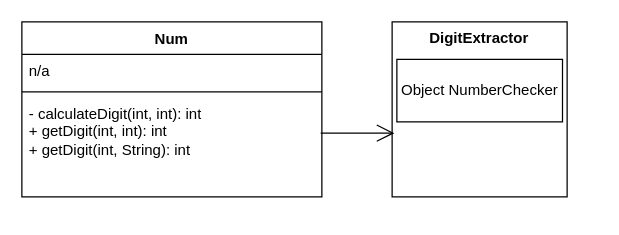
Before: chapter7/src/UML/Num UML.drawio in schAssign/CS20P2F2024, a draw.io diagram. Source tidied: cells renumbered, new cells numbered last; positions are measured from the earlier drawing's top-left corner, leaving out a move shared by most shapes. Both pictures are drawn from the tidied source at 125%, with x=0, y=0 at pixel (21, 21).
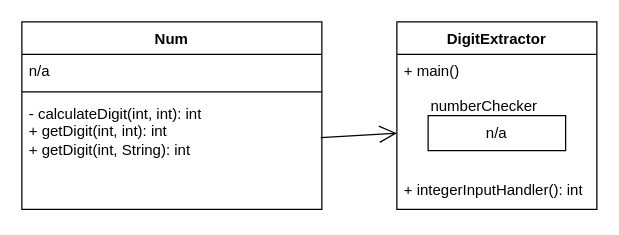
The same page after the edit.

Change to the diagram source:
```diff
@@
 <mxGraphModel>
   <root>
     <mxCell id="0" />
     <mxCell id="1" parent="0" />
     <mxCell id="2" value="Num" style="swimlane;fontStyle=1;align=center;verticalAlign=top;horizontal=1;startSize=26;whiteSpace=wrap;html=1;" parent="1" vertex="1">
-      <mxGeometry width="240" height="140" as="geometry" />
+      <mxGeometry width="240" height="150" as="geometry" />
     </mxCell>
     <mxCell id="3" value="n/a" style="text;strokeColor=none;fillColor=none;align=left;verticalAlign=top;spacingLeft=4;spacingRight=4;overflow=hidden;whiteSpace=wrap;html=1;" parent="2" vertex="1">
       <mxGeometry y="26" width="240" height="26" as="geometry" />
     </mxCell>
     <mxCell id="4" style="line;strokeWidth=1;fillColor=none;align=left;verticalAlign=middle;spacingTop=-1;spacingLeft=3;spacingRight=3;labelPosition=right;strokeColor=inherit;" parent="2" vertex="1">
       <mxGeometry y="52" width="240" height="8" as="geometry" />
     </mxCell>
     <mxCell id="5" value="&lt;div&gt;- calculateDigit(int, int): int&lt;/div&gt;&lt;div&gt;+ getDigit(int, int): int&lt;/div&gt;&lt;div&gt;+ getDigit(int, String): int&lt;br&gt;&lt;/div&gt;" style="text;strokeColor=none;fillColor=none;align=left;verticalAlign=top;spacingLeft=4;spacingRight=4;overflow=hidden;points=[[0,0.5],[1,0.5]];portConstraint=eastwest;whiteSpace=wrap;html=1;" parent="2" vertex="1">
-      <mxGeometry y="60" width="240" height="80" as="geometry" />
+      <mxGeometry y="60" width="240" height="90" as="geometry" />
     </mxCell>
+    <mxCell id="8" style="endArrow=open;endFill=1;endSize=12;html=1;rounded=0;exitX=0.996;exitY=0.363;exitDx=0;exitDy=0;exitPerimeter=0;entryX=0;entryY=0.671;entryDx=0;entryDy=0;entryPerimeter=0;" parent="1" edge="1" source="5" target="9">
+      <mxGeometry relative="1" as="geometry" />
+    </mxCell>
-    <mxCell id="6" value="&lt;div&gt;&lt;b&gt;DigitExtractor&lt;/b&gt;&lt;/div&gt;&lt;div&gt;&lt;b&gt;&lt;br&gt;&lt;/b&gt;&lt;/div&gt;&lt;div&gt;&lt;b&gt;&lt;br&gt;&lt;/b&gt;&lt;/div&gt;&lt;div&gt;&lt;b&gt;&lt;br&gt;&lt;/b&gt;&lt;/div&gt;&lt;div&gt;&lt;b&gt;&lt;br&gt;&lt;/b&gt;&lt;/div&gt;&lt;div&gt;&lt;b&gt;&lt;br&gt;&lt;/b&gt;&lt;/div&gt;&lt;div&gt;&lt;b&gt;&lt;br&gt;&lt;/b&gt;&lt;/div&gt;&lt;div&gt;&lt;b&gt;&lt;br&gt;&lt;/b&gt;&lt;/div&gt;&lt;div&gt;&lt;b&gt;&lt;br&gt;&lt;/b&gt;&lt;/div&gt;" style="html=1;whiteSpace=wrap;" parent="1" vertex="1">
-      <mxGeometry x="296.2" width="140" height="140" as="geometry" />
+    <mxCell id="6" value="DigitExtractor" style="swimlane;fontStyle=1;align=center;verticalAlign=top;horizontal=1;startSize=26;whiteSpace=wrap;html=1;" parent="1" vertex="1">
+      <mxGeometry x="300" width="160" height="150" as="geometry" />
     </mxCell>
-    <mxCell id="7" value="Object NumberChecker " style="html=1;whiteSpace=wrap;" parent="1" vertex="1">
-      <mxGeometry x="300" y="30" width="132.5" height="50" as="geometry" />
-    </mxCell>
-    <mxCell id="8" style="endArrow=open;endFill=1;endSize=12;html=1;rounded=0;exitX=0.996;exitY=0.363;exitDx=0;exitDy=0;exitPerimeter=0;entryX=0.013;entryY=0.636;entryDx=0;entryDy=0;entryPerimeter=0;" parent="1" edge="1" source="5" target="6">
-      <mxGeometry relative="1" as="geometry" />
-    </mxCell>
+    <mxCell id="9" value="&lt;div&gt;+ main()&lt;/div&gt;" style="text;strokeColor=none;fillColor=none;align=left;verticalAlign=top;spacingLeft=4;spacingRight=4;overflow=hidden;points=[[0,0.5],[1,0.5]];portConstraint=eastwest;whiteSpace=wrap;html=1;" parent="6" vertex="1">
+      <mxGeometry y="26" width="160" height="94" as="geometry" />
+    </mxCell>
+    <mxCell id="10" value="+ integerInputHandler(): int" style="text;strokeColor=none;fillColor=none;align=left;verticalAlign=middle;spacingLeft=4;spacingRight=4;overflow=hidden;whiteSpace=wrap;html=1;" parent="6" vertex="1">
+      <mxGeometry y="120" width="160" height="30" as="geometry" />
+    </mxCell>
+    <mxCell id="11" value="n/a" style="html=1;whiteSpace=wrap;" parent="1" vertex="1">
+      <mxGeometry x="325" y="75" width="110" height="28" as="geometry" />
+    </mxCell>
+    <mxCell id="12" value="numberChecker" style="text;html=1;align=center;verticalAlign=middle;whiteSpace=wrap;rounded=0;" parent="1" vertex="1">
+      <mxGeometry x="325" y="53" width="90" height="30" as="geometry" />
+    </mxCell>
   </root>
 </mxGraphModel>
```
